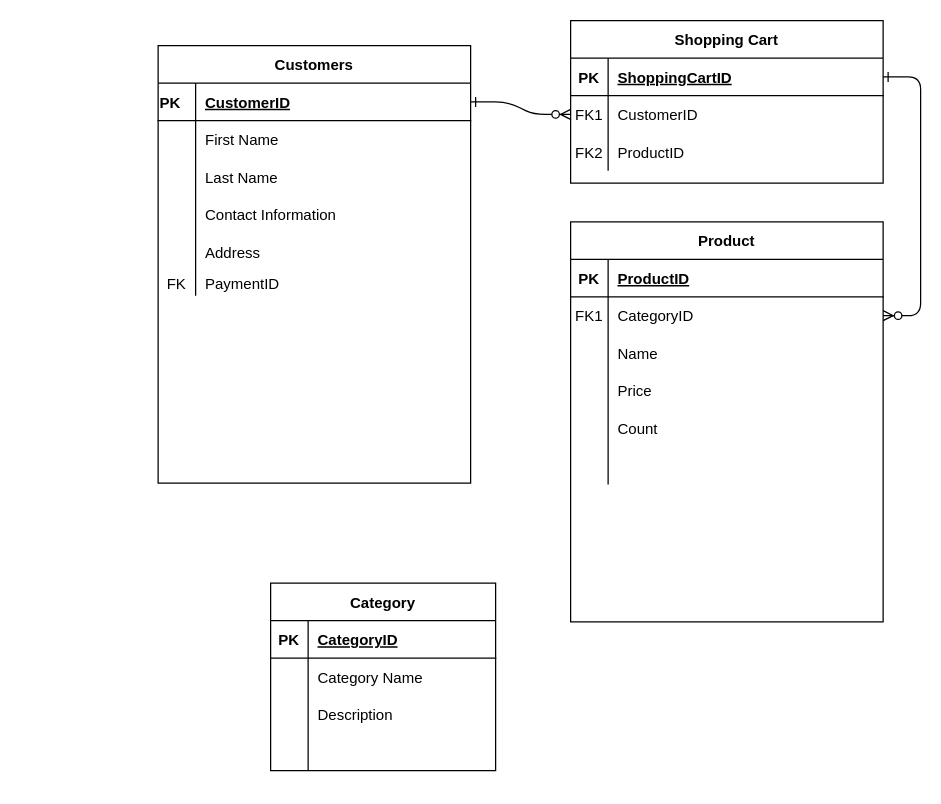
Earlier version of the draw.io diagram Untitled Diagram.drawio (NotNanetteKaye/EntityDiagram). Source tidied: cells renumbered, new cells numbered last; positions are measured from the earlier drawing's top-left corner, leaving out a move shared by most shapes. Both pictures are drawn from the tidied source at 125%, with x=0, y=0 at pixel (158, 20).
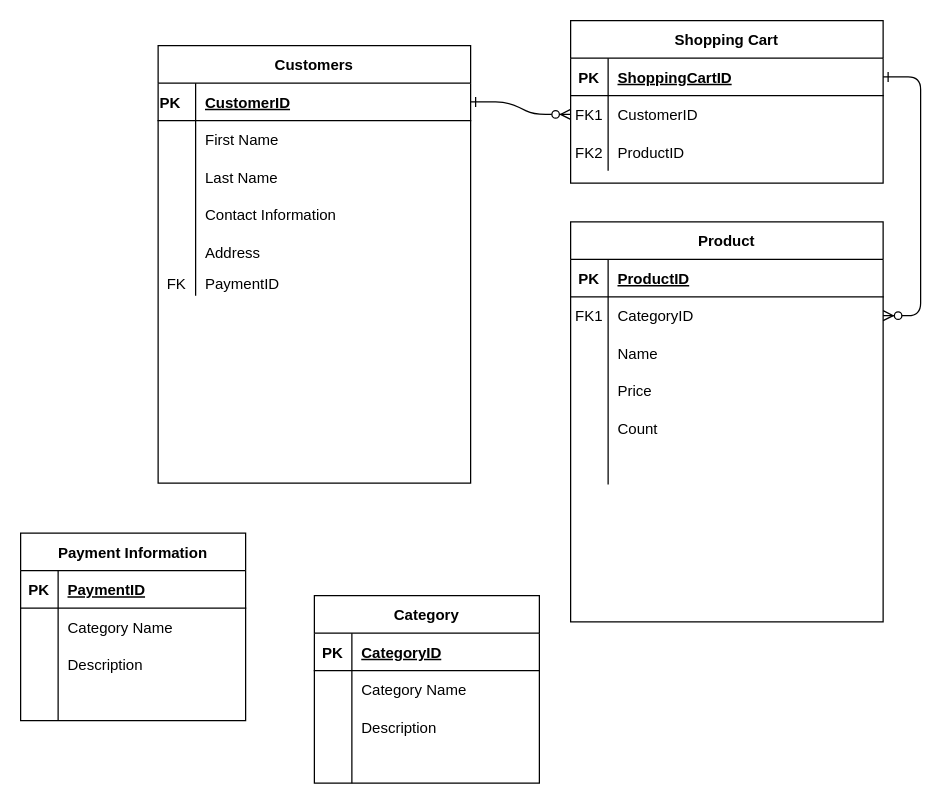
The same diagram, later.

Commit message:
added Payment Table and PK to Payment Table

Diff of the diagram source:
```diff
@@
     <mxCell id="52" value="Category" style="shape=table;startSize=30;childLayout=tableLayout;rowLines=0;fontStyle=1;align=center;" parent="1" vertex="1">
-      <mxGeometry x="90" y="450" width="180" height="150" as="geometry" />
+      <mxGeometry x="125" y="460" width="180" height="150" as="geometry" />
     </mxCell>
@@
+    <mxCell id="67" value="Payment Information" style="shape=table;startSize=30;childLayout=tableLayout;rowLines=0;fontStyle=1;align=center;" parent="1" vertex="1">
+      <mxGeometry x="-110" y="410" width="180" height="150" as="geometry" />
+    </mxCell>
+    <mxCell id="68" style="shape=tableRow;horizontal=0;startSize=0;swimlaneHead=0;swimlaneBody=0;fillColor=none;top=0;left=0;right=0;bottom=1;" parent="67" vertex="1">
+      <mxGeometry y="30" width="180" height="30" as="geometry" />
+    </mxCell>
+    <mxCell id="69" value="PK" style="shape=partialRectangle;fillColor=none;top=0;left=0;bottom=0;right=0;fontStyle=1;overflow=hidden;" parent="68" vertex="1">
+      <mxGeometry width="30" height="30" as="geometry" />
+    </mxCell>
+    <mxCell id="70" value="PaymentID" style="shape=partialRectangle;fillColor=none;top=0;left=0;bottom=0;right=0;align=left;spacingLeft=6;fontStyle=5;overflow=hidden;" parent="68" vertex="1">
+      <mxGeometry x="30" width="150" height="30" as="geometry" />
+    </mxCell>
+    <mxCell id="71" style="shape=tableRow;horizontal=0;startSize=0;swimlaneHead=0;swimlaneBody=0;fillColor=none;top=0;left=0;right=0;bottom=0;" parent="67" vertex="1">
+      <mxGeometry y="60" width="180" height="30" as="geometry" />
+    </mxCell>
+    <mxCell id="72" style="shape=partialRectangle;fillColor=none;top=0;left=0;bottom=0;right=0;overflow=hidden;" parent="71" vertex="1">
+      <mxGeometry width="30" height="30" as="geometry" />
+    </mxCell>
+    <mxCell id="73" value="Category Name" style="shape=partialRectangle;fillColor=none;top=0;left=0;bottom=0;right=0;align=left;spacingLeft=6;overflow=hidden;" parent="71" vertex="1">
+      <mxGeometry x="30" width="150" height="30" as="geometry" />
+    </mxCell>
+    <mxCell id="74" style="shape=tableRow;horizontal=0;startSize=0;swimlaneHead=0;swimlaneBody=0;fillColor=none;top=0;left=0;right=0;bottom=0;" parent="67" vertex="1">
+      <mxGeometry y="90" width="180" height="30" as="geometry" />
+    </mxCell>
+    <mxCell id="75" style="shape=partialRectangle;fillColor=none;top=0;left=0;bottom=0;right=0;overflow=hidden;" parent="74" vertex="1">
+      <mxGeometry width="30" height="30" as="geometry" />
+    </mxCell>
+    <mxCell id="76" value="Description" style="shape=partialRectangle;fillColor=none;top=0;left=0;bottom=0;right=0;align=left;spacingLeft=6;overflow=hidden;" parent="74" vertex="1">
+      <mxGeometry x="30" width="150" height="30" as="geometry" />
+    </mxCell>
+    <mxCell id="77" style="shape=tableRow;horizontal=0;startSize=0;swimlaneHead=0;swimlaneBody=0;fillColor=none;top=0;left=0;right=0;bottom=0;" parent="67" vertex="1">
+      <mxGeometry y="120" width="180" height="30" as="geometry" />
+    </mxCell>
+    <mxCell id="78" style="shape=partialRectangle;fillColor=none;top=0;left=0;bottom=0;right=0;overflow=hidden;" parent="77" vertex="1">
+      <mxGeometry width="30" height="30" as="geometry" />
+    </mxCell>
+    <mxCell id="79" style="shape=partialRectangle;fillColor=none;top=0;left=0;bottom=0;right=0;align=left;spacingLeft=6;overflow=hidden;" parent="77" vertex="1">
+      <mxGeometry x="30" width="150" height="30" as="geometry" />
+    </mxCell>
```
